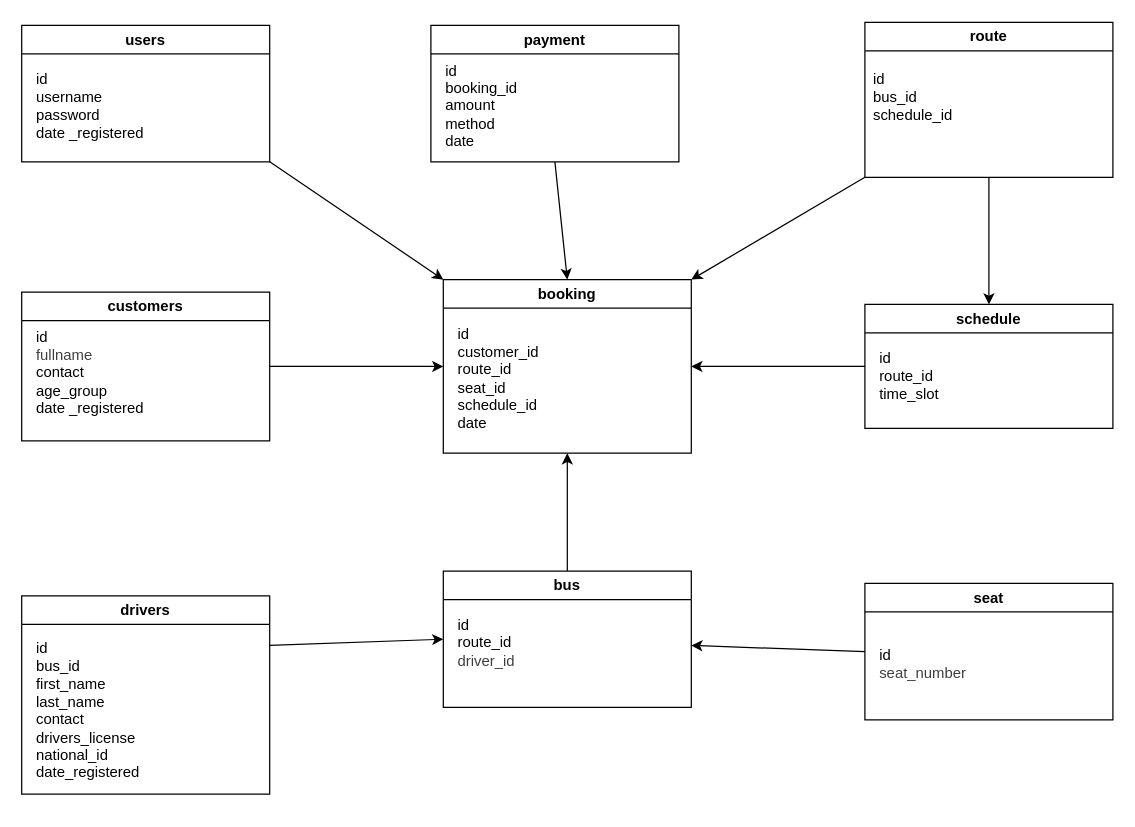
Earlier version of the draw.io diagram models/fastlane_class_diagram.drawio (Vanessa-176/fastlane). Source tidied: cells renumbered, new cells numbered last; positions are measured from the earlier drawing's top-left corner, leaving out a move shared by most shapes. Both pictures are drawn from the tidied source at 124%, with x=0, y=0 at pixel (21, 22).
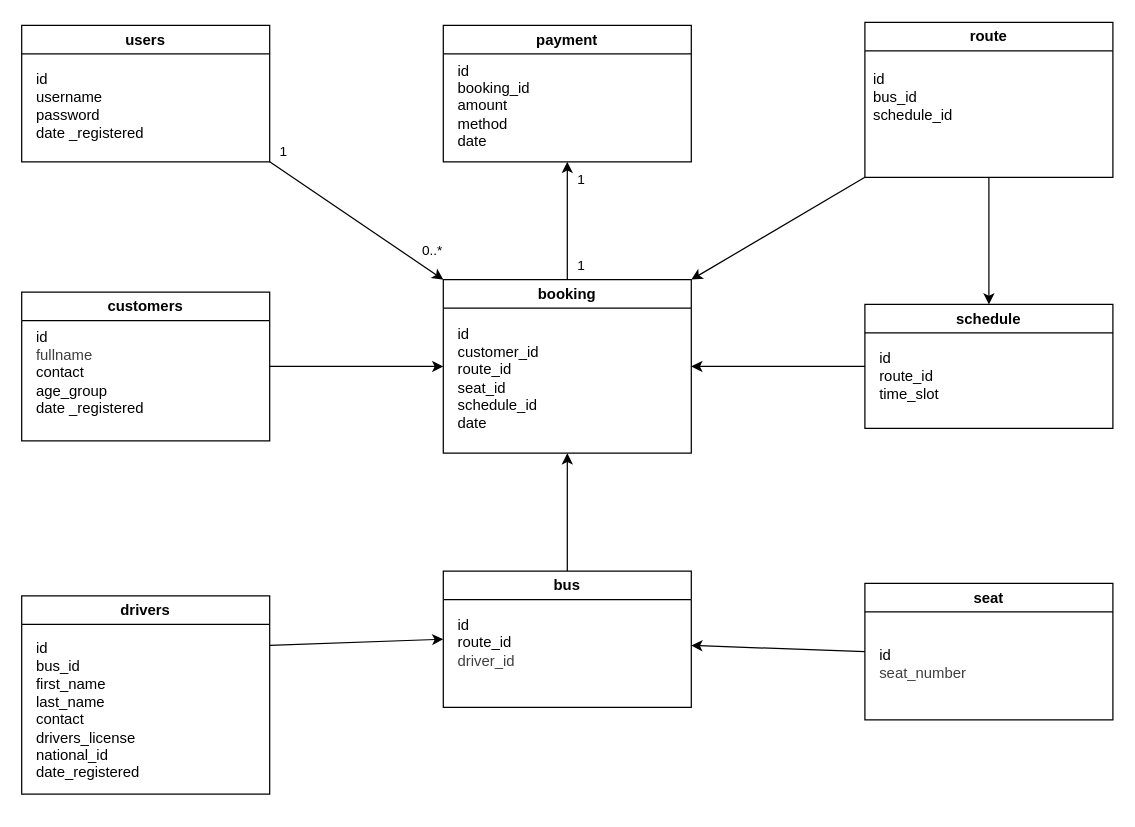
Above is the later version.

Unchanged cells that the change refers to:
```xml
<mxCell id="11" value="booking" style="swimlane;whiteSpace=wrap;html=1;" parent="1" vertex="1">
  <mxGeometry x="340" y="207" width="200" height="140" as="geometry" />
</mxCell>
```

Diff of the diagram source:
```diff
@@
-    <mxCell id="8" style="edgeStyle=none;html=1;exitX=0.5;exitY=1;exitDx=0;exitDy=0;entryX=0.5;entryY=0;entryDx=0;entryDy=0;" parent="1" edge="1" source="9" target="11">
-      <mxGeometry relative="1" as="geometry" />
-    </mxCell>
     <mxCell id="9" value="payment" style="swimlane;whiteSpace=wrap;html=1;" parent="1" vertex="1">
-      <mxGeometry x="330" y="2" width="200" height="110" as="geometry" />
+      <mxGeometry x="340" y="2" width="200" height="110" as="geometry" />
     </mxCell>
@@
+    <mxCell id="29" style="edgeStyle=none;html=1;exitX=0.5;exitY=0;exitDx=0;exitDy=0;entryX=0.5;entryY=1;entryDx=0;entryDy=0;" parent="1" edge="1" source="11" target="9">
+      <mxGeometry relative="1" as="geometry" />
+    </mxCell>
+    <mxCell id="30" value="1" style="edgeLabel;html=1;align=center;verticalAlign=middle;" parent="29" vertex="1">
+      <mxGeometry x="-0.74" y="1" relative="1" as="geometry">
+        <mxPoint x="11" as="offset" />
+      </mxGeometry>
+    </mxCell>
+    <mxCell id="31" value="1" style="edgeLabel;html=1;align=center;verticalAlign=middle;" parent="29" vertex="1">
+      <mxGeometry x="-0.74" y="1" relative="1" as="geometry">
+        <mxPoint x="11" y="-70" as="offset" />
+      </mxGeometry>
+    </mxCell>
+    <mxCell id="32" value="1" style="edgeLabel;html=1;align=center;verticalAlign=middle;" parent="29" vertex="1">
+      <mxGeometry x="-0.74" y="1" relative="1" as="geometry">
+        <mxPoint x="-229" y="-92" as="offset" />
+      </mxGeometry>
+    </mxCell>
+    <mxCell id="33" value="0..*" style="edgeLabel;html=1;align=center;verticalAlign=middle;" parent="29" vertex="1">
+      <mxGeometry x="-0.74" y="1" relative="1" as="geometry">
+        <mxPoint x="-109" y="-12" as="offset" />
+      </mxGeometry>
+    </mxCell>
```
